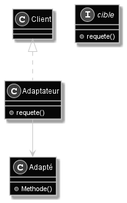
michelgrolet/cours-info keeps this PlantUML diagram as assets/diagrammes/Patron_Adapteur.png. Above is the earlier version. The source it was exported from:
```plantuml
@startuml Patron_Adapteur
skinparam backgroundcolor transparent
skinparam Monochrome reverse

class Client
interface cible {
	+ requete()
}

class Adaptateur implements Client {
	+ requete()
}

class Adapté {
	+ Methode()
}

Adaptateur --> "adapté" Adapté

@enduml
```
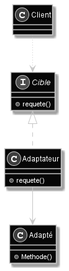
Above is the later version.

Diff of the diagram source:
```diff
@@ -3,11 +3,11 @@
 skinparam Monochrome reverse
 
 class Client
-interface cible {
+interface Cible {
 	+ requete()
 }
-
-class Adaptateur implements Client {
+Client -[dotted]-> Cible
+class Adaptateur implements Cible {
 	+ requete()
 }
 
```
